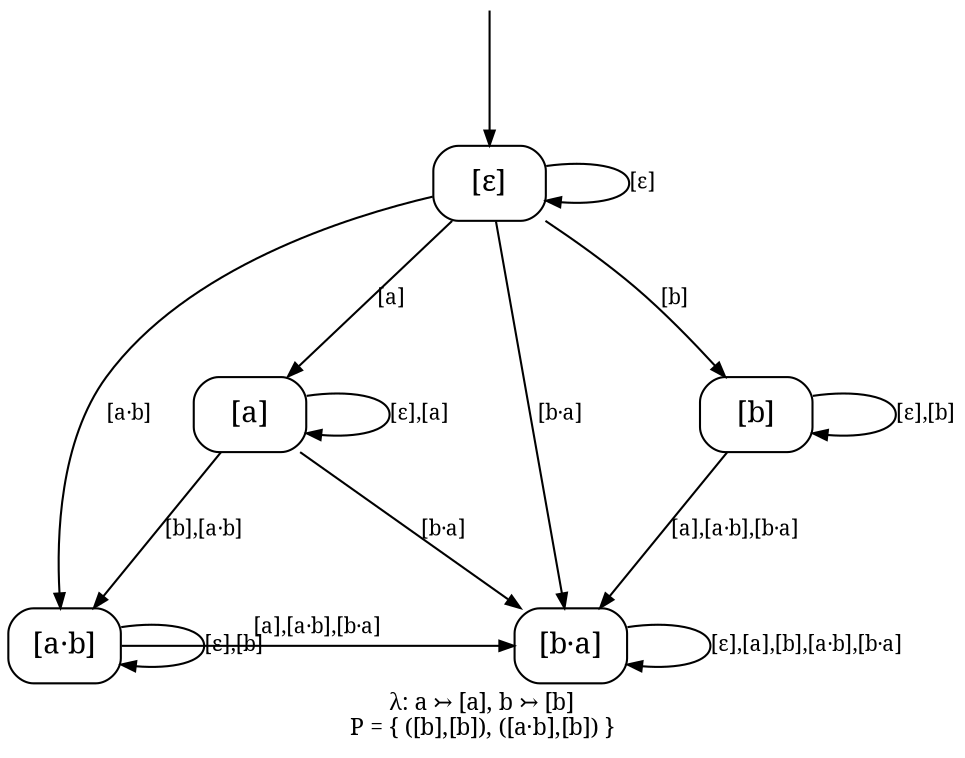
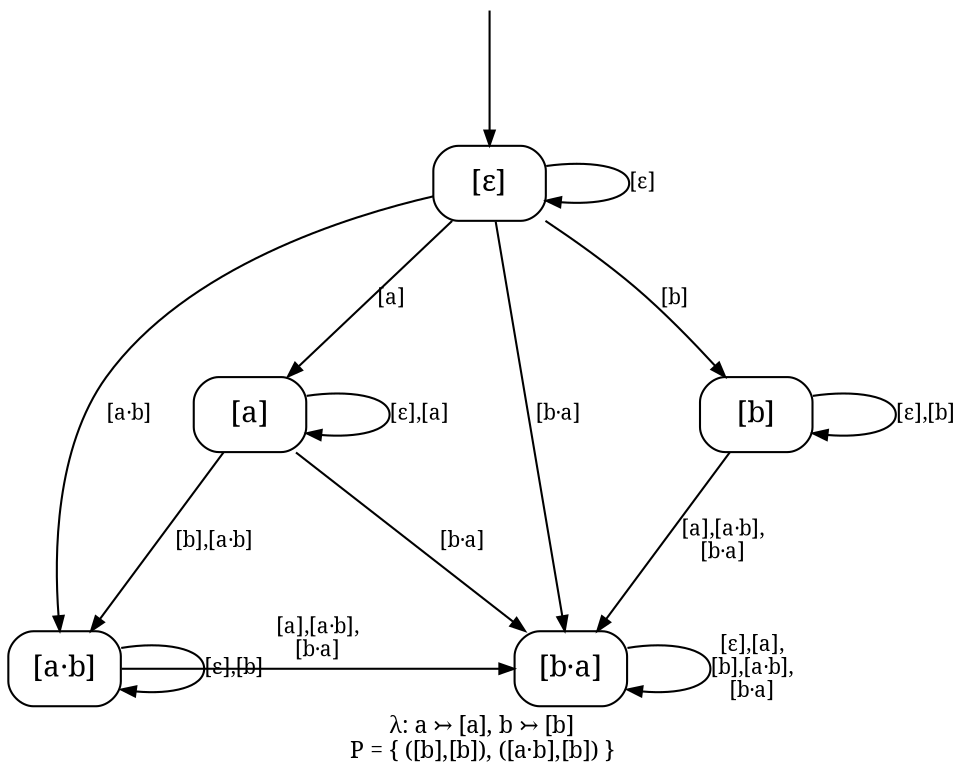
// sos2cayley astar_bomega.sos --rename a=a,!a=b --keep-identity
digraph core_F0_astar_bomega {
  rankdir=TB;
  ranksep=0.87; nodesep=0.55;
  node [shape=box, style=rounded, fontname="serif", margin="0.06,0.03"];
  edge [fontname="serif", fontsize=10, arrowsize=0.7];
  label="λ: a ↣ [a], b ↣ [b]\nP = { ([b],[b]), ([a·b],[b]) }";
  labelloc="b"; labeljust="c"; fontname="serif"; fontsize=11;

  eps [label="[ε]"];
  a [label="[a]"];
  b [label="[b]"];
  ab [label="[a·b]"];
  ba [label="[b·a]"];
  _init [shape=none, label="", width=0.02, height=0.02];
  _init -> eps;

  { rank=same; eps; }
  { rank=same; a b; }
  { rank=same; ab ba; }

  eps -> eps [label="[ε]", weight=10];
  eps -> a [label="[a]", weight=10];
  eps -> b [label="[b]", weight=10];
  eps -> ab [label="[a·b]", weight=10];
  eps -> ba [label="[b·a]", weight=10];
  a -> a [label="[ε],[a]", weight=1];
  a -> ab [label="[b],[a·b]", weight=3];
  a -> ba [label="[b·a]", weight=1];
  b -> b [label="[ε],[b]", weight=1];
-   b -> ba [label="[a],[a·b],[b·a]", weight=3];
+   b -> ba [label="[a],[a·b],\n[b·a]", weight=3];
  ab -> ab [label="[ε],[b]", weight=1];
-   ab -> ba [label="[a],[a·b],[b·a]", weight=1];
-   ba -> ba [label="[ε],[a],[b],[a·b],[b·a]", weight=1];
+   ab -> ba [label="[a],[a·b],\n[b·a]", weight=1];
+   ba -> ba [label="[ε],[a],\n[b],[a·b],\n[b·a]", weight=1];
}
